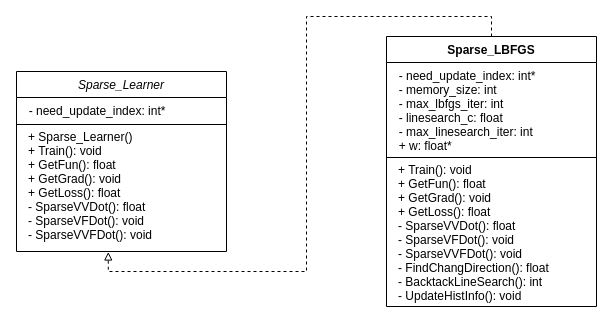
Before: 未命名绘图.drawio in abdzhangzeyu/draw.io, a draw.io diagram. Source tidied: cells renumbered, new cells numbered last; positions are measured from the earlier drawing's top-left corner, leaving out a move shared by most shapes. Both pictures are drawn from the tidied source at 100%, with x=0, y=0 at pixel (16, 16).
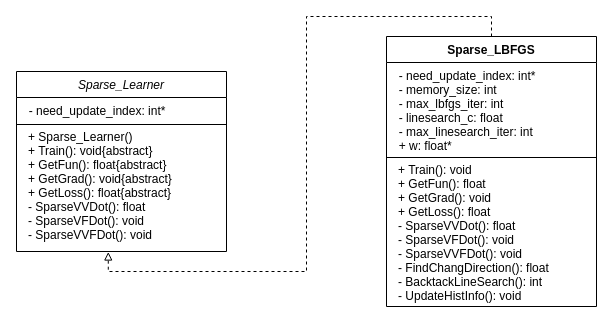
Above is the later version.

Commit message:
更新未命名绘图.drawio

What changed in the source:
```diff
@@
 <mxGraphModel>
   <root>
     <mxCell id="0" />
     <mxCell id="1" parent="0" />
     <mxCell id="2" value="Sparse_Learner" style="swimlane;fontStyle=2;align=center;verticalAlign=top;horizontal=1;startSize=26;" parent="1" vertex="1">
       <mxGeometry y="55" width="210" height="180" as="geometry" />
     </mxCell>
     <mxCell id="3" value="  - need_update_index: int*" style="text;strokeColor=none;fillColor=none;align=left;verticalAlign=top;spacingLeft=4;spacingRight=4;overflow=hidden;" parent="2" vertex="1">
       <mxGeometry y="26" width="210" height="26" as="geometry" />
     </mxCell>
     <mxCell id="4" style="line;strokeWidth=1;fillColor=none;align=left;verticalAlign=middle;spacingTop=-1;spacingLeft=3;spacingRight=3;labelPosition=right;strokeColor=inherit;" parent="2" vertex="1">
       <mxGeometry y="52" width="210" height="2" as="geometry" />
     </mxCell>
-    <mxCell id="5" value="+ Sparse_Learner()&#10;+ Train(): void&#10;+ GetFun(): float&#10;+ GetGrad(): void&#10;+ GetLoss(): float&#10;- SparseVVDot(): float&#10;- SparseVFDot(): void&#10;- SparseVVFDot(): void" style="text;strokeColor=none;fillColor=none;align=left;verticalAlign=top;spacingLeft=7;spacingRight=4;overflow=hidden;points=[[0,0.5],[1,0.5]];portConstraint=eastwest;spacing=5;spacingBottom=-1;spacingTop=-5;" parent="2" vertex="1">
+    <mxCell id="5" value="+ Sparse_Learner()&#10;+ Train(): void{abstract}&#10;+ GetFun(): float{abstract}&#10;+ GetGrad(): void{abstract}&#10;+ GetLoss(): float{abstract}&#10;- SparseVVDot(): float&#10;- SparseVFDot(): void&#10;- SparseVVFDot(): void" style="text;strokeColor=none;fillColor=none;align=left;verticalAlign=top;spacingLeft=7;spacingRight=4;overflow=hidden;points=[[0,0.5],[1,0.5]];portConstraint=eastwest;spacing=5;spacingBottom=-1;spacingTop=-5;" parent="2" vertex="1">
       <mxGeometry y="54" width="210" height="126" as="geometry" />
     </mxCell>
     <mxCell id="6" style="edgeStyle=orthogonalEdgeStyle;rounded=0;jettySize=auto;html=1;exitX=0.5;exitY=0;exitDx=0;exitDy=0;endArrow=block;endFill=0;entryX=0.437;entryY=1.004;entryDx=0;entryDy=0;entryPerimeter=0;dashed=1;" parent="1" edge="1" source="7" target="5">
       <mxGeometry relative="1" as="geometry">
         <Array as="points">
           <mxPoint x="475" />
           <mxPoint x="290" />
           <mxPoint x="290" y="255" />
           <mxPoint x="92" y="255" />
         </Array>
       </mxGeometry>
     </mxCell>
     <mxCell id="7" value="Sparse_LBFGS" style="swimlane;fontStyle=1;align=center;verticalAlign=top;horizontal=1;startSize=26;" parent="1" vertex="1">
       <mxGeometry x="370" y="20" width="210" height="270" as="geometry" />
     </mxCell>
     <mxCell id="8" value="  - need_update_index: int*&#10;  - memory_size: int&#10;  - max_lbfgs_iter: int&#10;  - linesearch_c: float&#10;  - max_linesearch_iter: int&#10;  + w: float*&#10;" style="text;strokeColor=none;fillColor=none;align=left;verticalAlign=top;spacingLeft=4;spacingRight=4;overflow=hidden;" parent="7" vertex="1">
       <mxGeometry y="26" width="210" height="94" as="geometry" />
     </mxCell>
     <mxCell id="9" style="line;strokeWidth=1;fillColor=none;align=left;verticalAlign=middle;spacingTop=-1;spacingLeft=3;spacingRight=3;labelPosition=right;strokeColor=inherit;" parent="7" vertex="1">
       <mxGeometry y="120" width="210" height="2" as="geometry" />
     </mxCell>
     <mxCell id="10" value="+ Train(): void&#10;+ GetFun(): float&#10;+ GetGrad(): void&#10;+ GetLoss(): float&#10;- SparseVVDot(): float&#10;- SparseVFDot(): void&#10;- SparseVVFDot(): void&#10;- FindChangDirection(): float&#10;- BacktackLineSearch(): int&#10;- UpdateHistInfo(): void" style="text;strokeColor=none;fillColor=none;align=left;verticalAlign=top;spacingLeft=7;spacingRight=4;overflow=hidden;spacing=5;spacingBottom=-1;spacingTop=-5;" parent="7" vertex="1">
       <mxGeometry y="122" width="210" height="148" as="geometry" />
     </mxCell>
   </root>
 </mxGraphModel>
```
